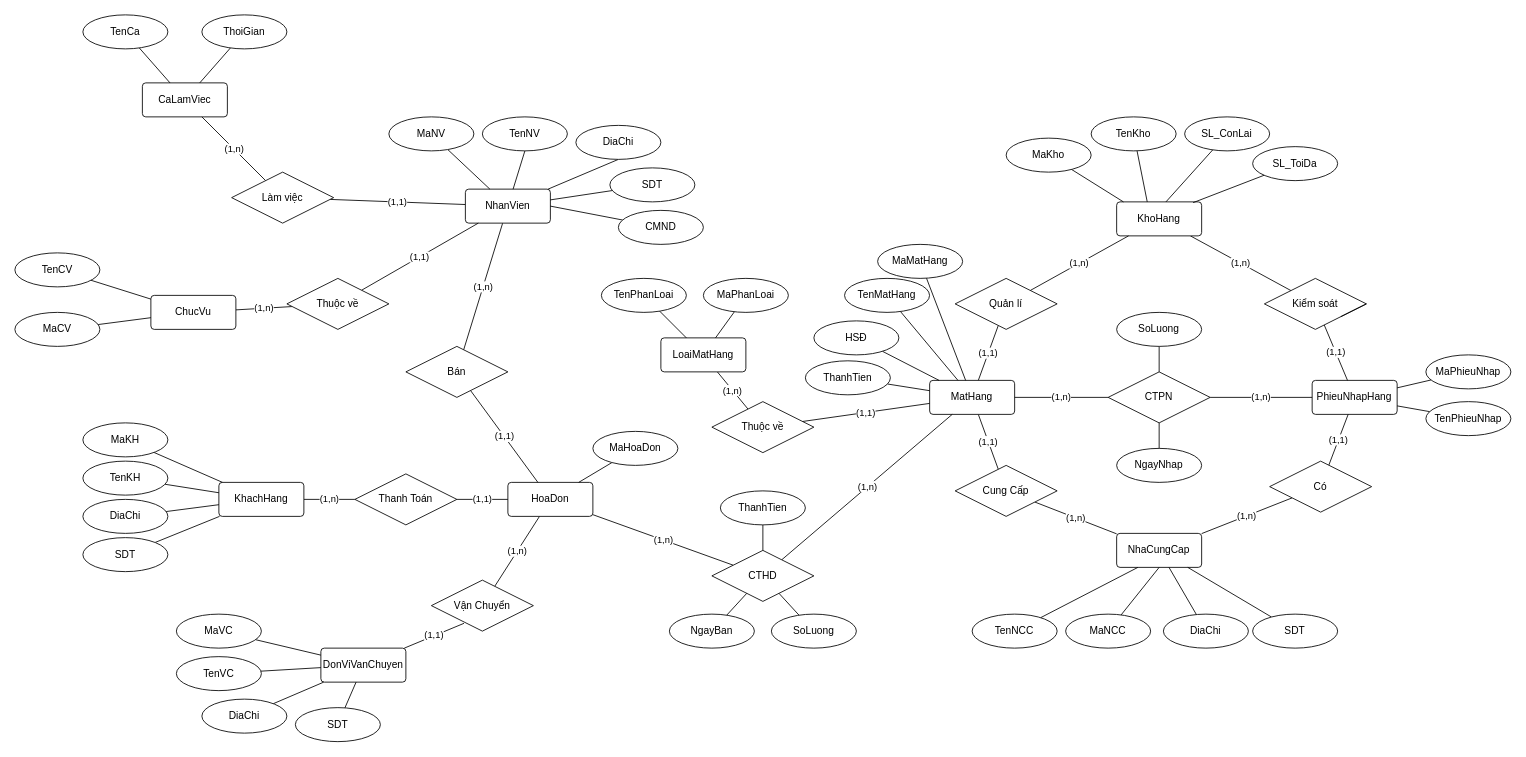
Above: PTTK HTTT/Project/Project Diagram.drawio in EdgarIgnite16/SGU-Course (draw.io), before the change. Source tidied: cells renumbered, new cells numbered last; positions are measured from the earlier drawing's top-left corner, leaving out a move shared by most shapes. Both pictures are drawn from the tidied source at 85%, with x=0, y=0 at pixel (14, 14).
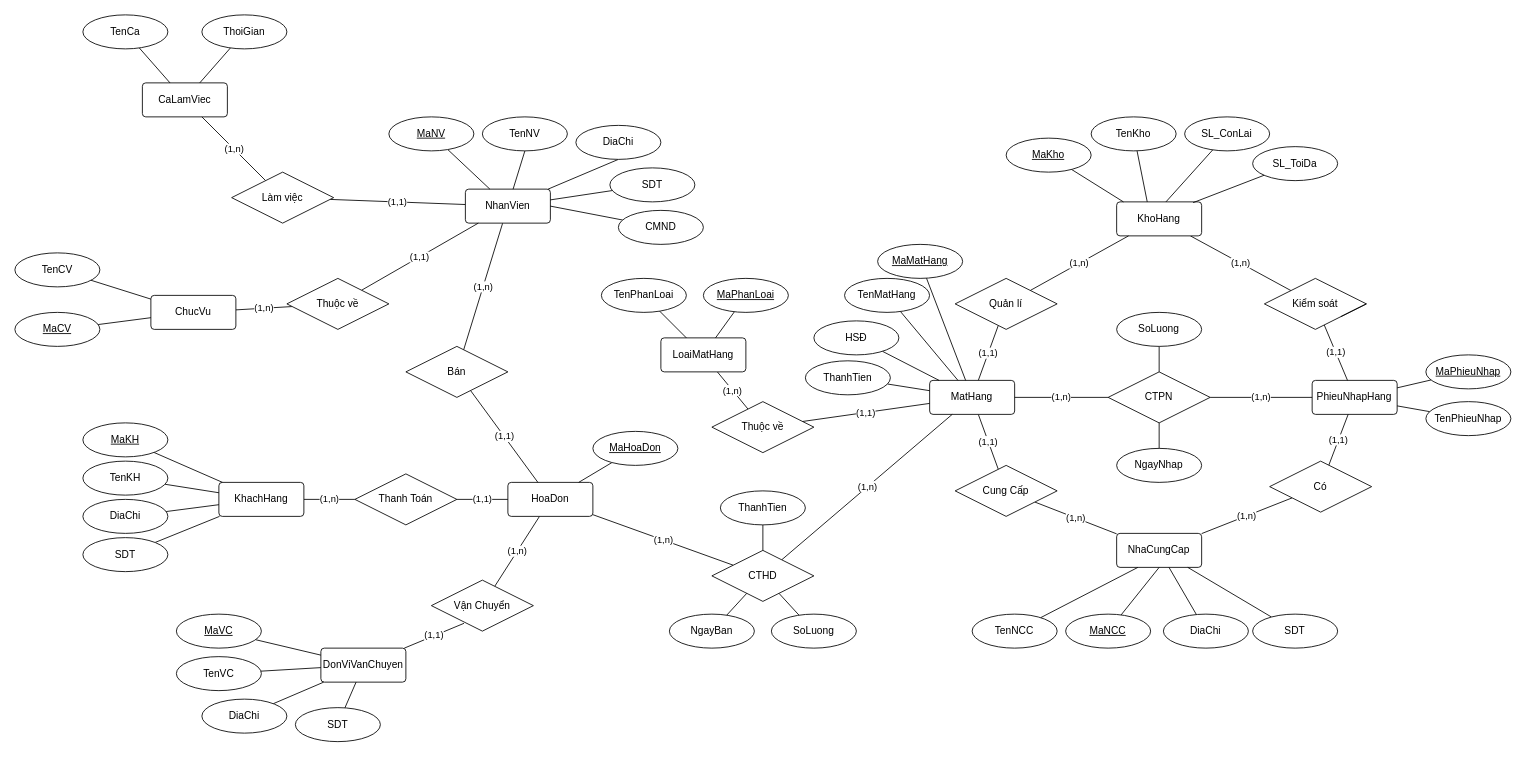
The same page after the edit.

Change to the diagram source:
```diff
@@
-    <mxCell id="47" value="MaCV" style="ellipse;whiteSpace=wrap;html=1;align=center;" parent="1" vertex="1">
+    <mxCell id="47" value="MaCV" style="ellipse;whiteSpace=wrap;html=1;align=center;fontStyle=4;" parent="1" vertex="1">
       <mxGeometry y="350" width="100" height="40" as="geometry" />
     </mxCell>
@@
-    <mxCell id="57" value="MaNV" style="ellipse;whiteSpace=wrap;html=1;align=center;" parent="1" vertex="1">
+    <mxCell id="57" value="MaNV" style="ellipse;whiteSpace=wrap;html=1;align=center;fontStyle=4;" parent="1" vertex="1">
       <mxGeometry x="440" y="120" width="100" height="40" as="geometry" />
     </mxCell>
@@
-    <mxCell id="63" value="MaKH" style="ellipse;whiteSpace=wrap;html=1;align=center;" parent="1" vertex="1">
+    <mxCell id="63" value="MaKH" style="ellipse;whiteSpace=wrap;html=1;align=center;fontStyle=4;" parent="1" vertex="1">
       <mxGeometry x="80" y="480" width="100" height="40" as="geometry" />
     </mxCell>
@@
-    <mxCell id="71" value="MaVC" style="ellipse;whiteSpace=wrap;html=1;align=center;" parent="1" vertex="1">
+    <mxCell id="71" value="MaVC" style="ellipse;whiteSpace=wrap;html=1;align=center;fontStyle=4;" parent="1" vertex="1">
       <mxGeometry x="190" y="705" width="100" height="40" as="geometry" />
     </mxCell>
@@
-    <mxCell id="89" value="MaKho" style="ellipse;whiteSpace=wrap;html=1;align=center;" parent="1" vertex="1">
+    <mxCell id="89" value="MaKho" style="ellipse;whiteSpace=wrap;html=1;align=center;fontStyle=4;" parent="1" vertex="1">
       <mxGeometry x="1166.2" y="145" width="100" height="40" as="geometry" />
     </mxCell>
@@
-    <mxCell id="95" value="MaNCC" style="ellipse;whiteSpace=wrap;html=1;align=center;" parent="1" vertex="1">
+    <mxCell id="95" value="MaNCC" style="ellipse;whiteSpace=wrap;html=1;align=center;fontStyle=4;" parent="1" vertex="1">
       <mxGeometry x="1236.2" y="705" width="100" height="40" as="geometry" />
     </mxCell>
@@
-    <mxCell id="103" value="MaMatHang" style="ellipse;whiteSpace=wrap;html=1;align=center;" parent="1" vertex="1">
+    <mxCell id="103" value="MaMatHang" style="ellipse;whiteSpace=wrap;html=1;align=center;fontStyle=4;" parent="1" vertex="1">
       <mxGeometry x="1015" y="270" width="100" height="40" as="geometry" />
     </mxCell>
@@
-    <mxCell id="109" value="MaPhanLoai" style="ellipse;whiteSpace=wrap;html=1;align=center;" parent="1" vertex="1">
+    <mxCell id="109" value="MaPhanLoai" style="ellipse;whiteSpace=wrap;html=1;align=center;fontStyle=4;" parent="1" vertex="1">
       <mxGeometry x="810" y="310" width="100" height="40" as="geometry" />
     </mxCell>
@@
-    <mxCell id="115" value="MaPhieuNhap" style="ellipse;whiteSpace=wrap;html=1;align=center;" parent="1" vertex="1">
+    <mxCell id="115" value="MaPhieuNhap" style="ellipse;whiteSpace=wrap;html=1;align=center;fontStyle=4;" parent="1" vertex="1">
       <mxGeometry x="1660" y="400" width="100" height="40" as="geometry" />
     </mxCell>
@@
-    <mxCell id="119" value="MaHoaDon" style="ellipse;whiteSpace=wrap;html=1;align=center;" parent="1" vertex="1">
+    <mxCell id="119" value="MaHoaDon" style="ellipse;whiteSpace=wrap;html=1;align=center;fontStyle=4;" parent="1" vertex="1">
       <mxGeometry x="680" y="490" width="100" height="40" as="geometry" />
     </mxCell>
```
